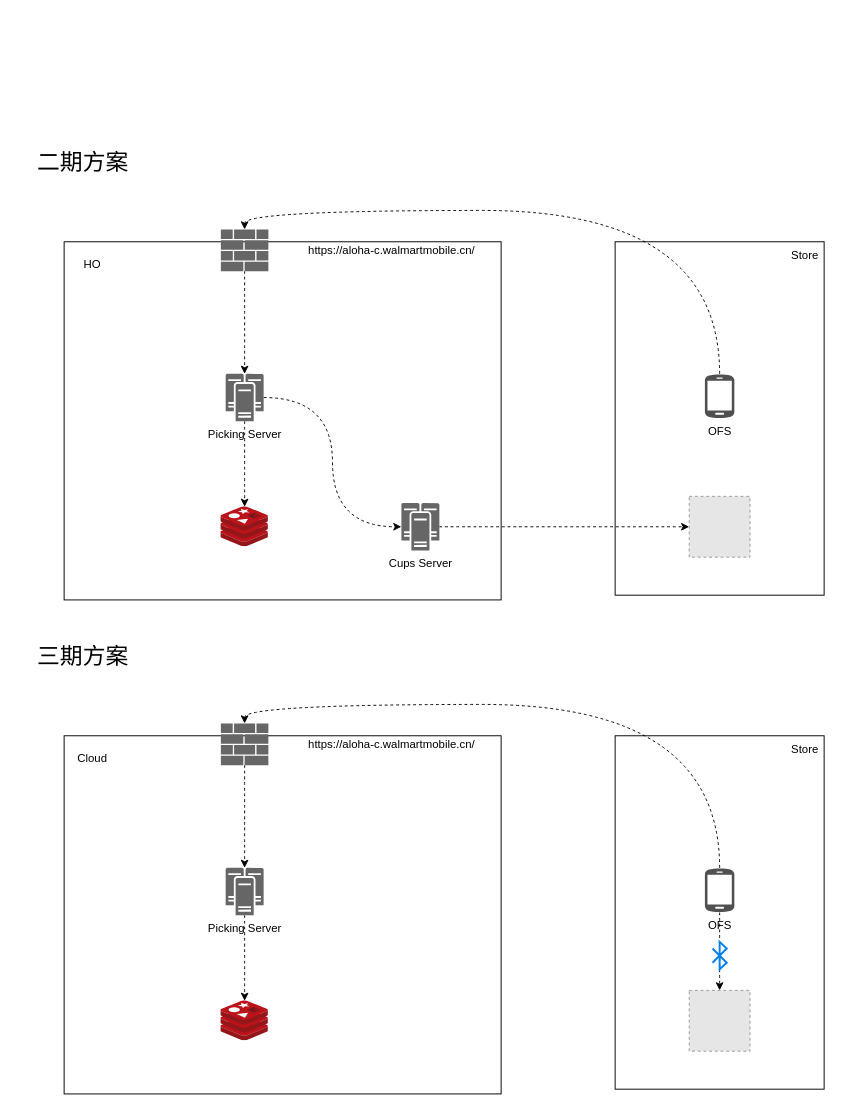
This is work/应急方案架构图（二期三期）.drawio from FYou/drawIo, a draw.io file, before an edit. Source tidied: cells renumbered, new cells numbered last; positions are measured from the earlier drawing's top-left corner, leaving out a move shared by most shapes. Both pictures are drawn from the tidied source at 95%, with x=0, y=0 at pixel (16, 153). Pictures stored in the file or linked from it are replaced by grey dashed boxes.
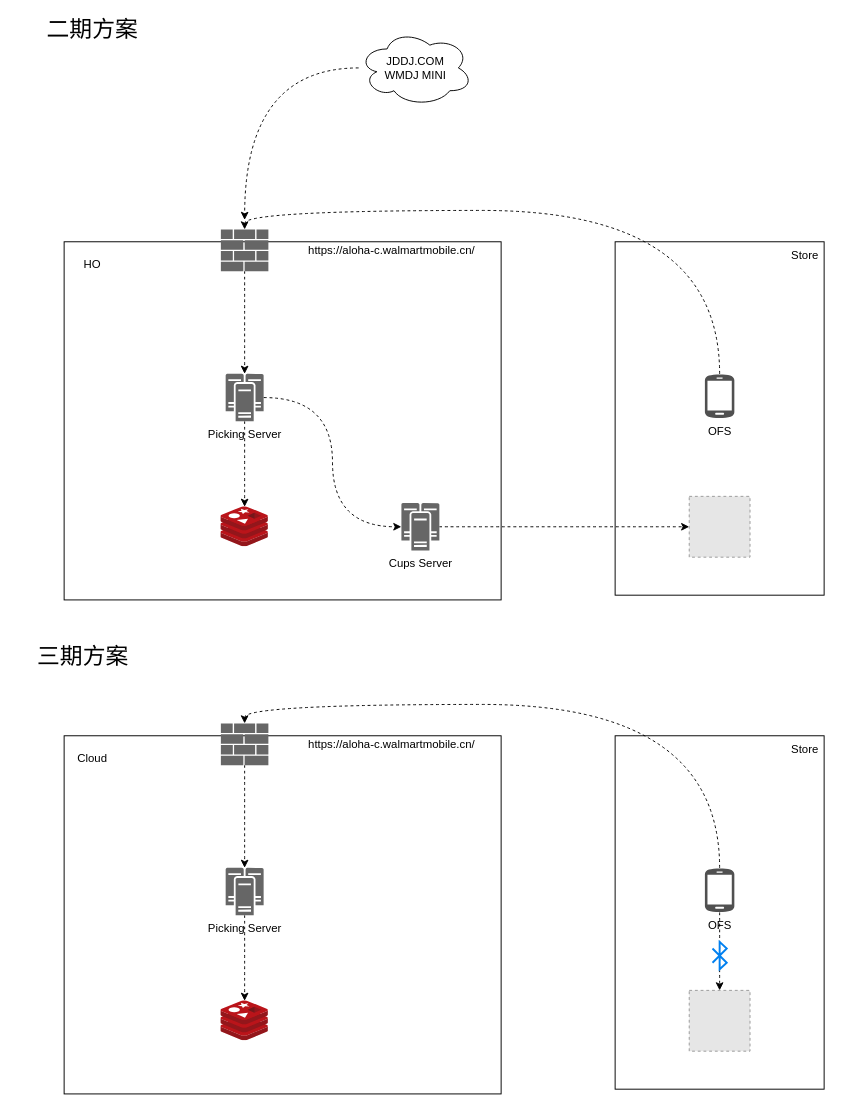
After the change.

Commit message:
更新应急方案架构图（二期三期）.drawio

Change to the diagram source:
```diff
@@
     <mxCell id="8" value="二期方案" style="text;html=1;strokeColor=none;fillColor=none;align=center;verticalAlign=middle;whiteSpace=wrap;rounded=0;fontSize=24;" parent="1" vertex="1">
-      <mxGeometry width="140" height="20" as="geometry" />
+      <mxGeometry x="10" y="-140" width="140" height="20" as="geometry" />
     </mxCell>
@@
+    <mxCell id="35" style="edgeStyle=orthogonalEdgeStyle;curved=1;rounded=0;jettySize=auto;html=1;dashed=1;fontSize=12;" parent="1" edge="1" source="36">
+      <mxGeometry relative="1" as="geometry">
+        <mxPoint x="240" y="70" as="targetPoint" />
+      </mxGeometry>
+    </mxCell>
+    <mxCell id="36" value="JDDJ.COM&lt;br&gt;WMDJ MINI" style="ellipse;shape=cloud;whiteSpace=wrap;html=1;fillColor=none;fontSize=12;" parent="1" vertex="1">
+      <mxGeometry x="360" y="-130" width="120" height="80" as="geometry" />
+    </mxCell>
```
